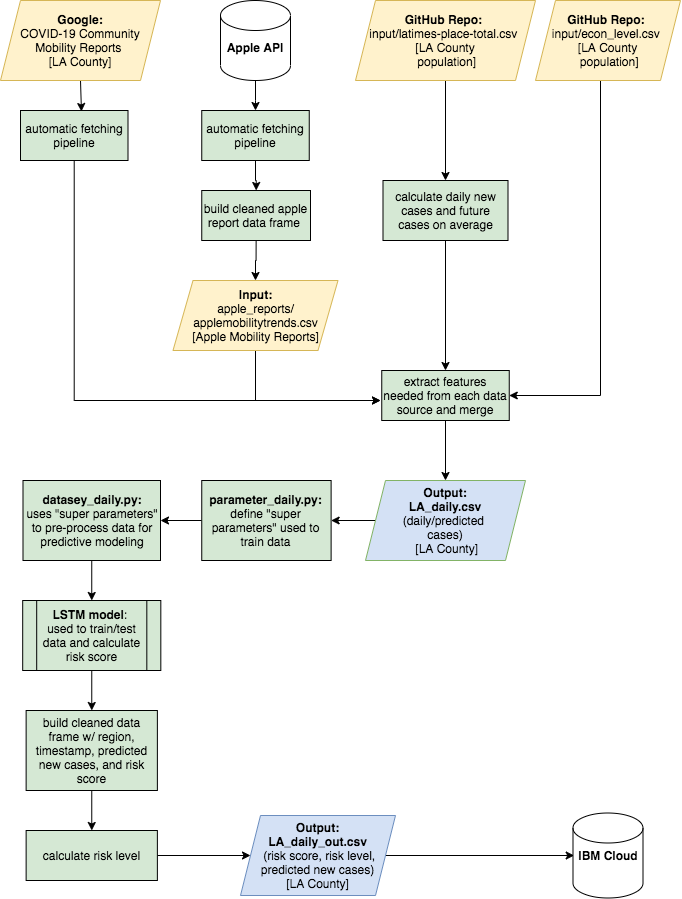
The draw.io diagram Risk-Score-UMich-Workflow.png in skasralikar/Risk-Score-1-UMichZJU, before a commit. Source tidied: cells renumbered, new cells last; positions are measured from the earlier drawing's top-left corner, leaving out a move shared by most shapes.
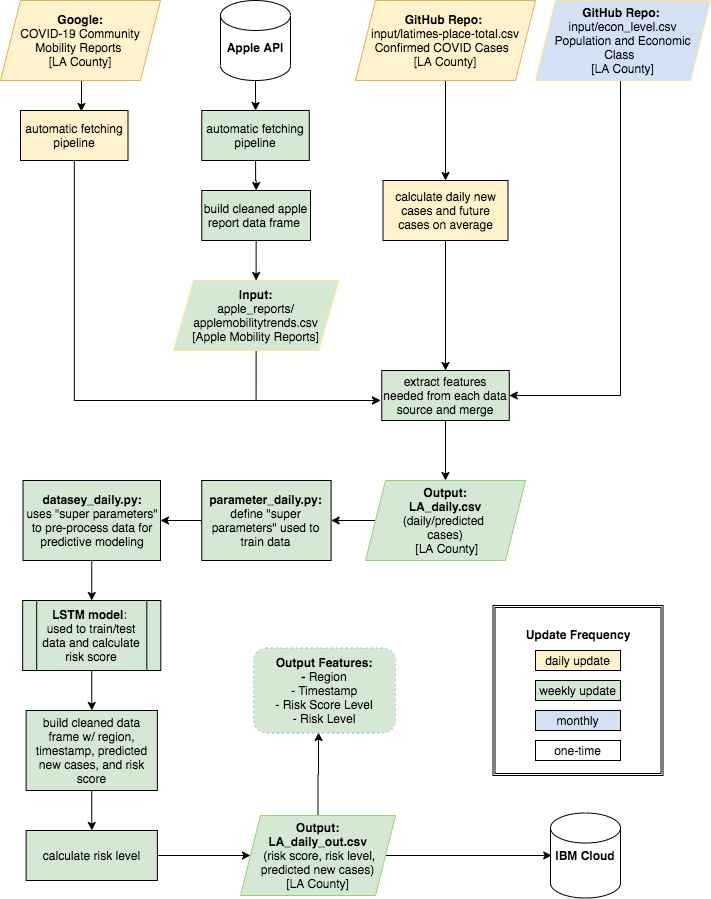
The same diagram one commit later.

Diff of the diagram source:
```diff
@@ -5,32 +5,35 @@
     <mxCell id="2" style="edgeStyle=orthogonalEdgeStyle;rounded=0;jettySize=auto;html=1;entryX=1;entryY=0.5;entryDx=0;entryDy=0;" parent="1" edge="1" source="3" target="18">
       <mxGeometry relative="1" as="geometry">
         <Array as="points">
-          <mxPoint x="600" y="395" />
+          <mxPoint x="620" y="395" />
         </Array>
       </mxGeometry>
     </mxCell>
-    <mxCell id="3" value="&lt;b&gt;GitHub Repo:&lt;/b&gt;&amp;nbsp;&lt;br&gt;input/econ_level.csv &lt;br&gt;[LA County&lt;br&gt;&amp;nbsp;population]" style="shape=parallelogram;perimeter=parallelogramPerimeter;whiteSpace=wrap;html=1;fixedSize=1;fillColor=#fff2cc;strokeColor=#d6b656;" parent="1" vertex="1">
-      <mxGeometry x="535" width="145" height="80" as="geometry" />
+    <mxCell id="3" value="&lt;b&gt;GitHub Repo:&lt;/b&gt;&amp;nbsp;&lt;br&gt;input/econ_level.csv&lt;br&gt;Population and Economic Class&amp;nbsp;&amp;nbsp;&lt;br&gt;[LA County]" style="shape=parallelogram;perimeter=parallelogramPerimeter;whiteSpace=wrap;html=1;fixedSize=1;fillColor=#D4E1F5;strokeColor=#FFE599;" parent="1" vertex="1">
+      <mxGeometry x="535" width="175" height="80" as="geometry" />
     </mxCell>
     <mxCell id="4" style="edgeStyle=orthogonalEdgeStyle;rounded=0;jettySize=auto;html=1;" parent="1" edge="1" source="5" target="30">
       <mxGeometry relative="1" as="geometry" />
     </mxCell>
-    <mxCell id="5" value="&lt;b&gt;Output:&lt;br&gt;&amp;nbsp;LA_daily.csv &lt;br&gt;&lt;/b&gt;(daily/predicted &lt;br&gt;cases)&lt;br&gt;&amp;nbsp;[LA County]" style="shape=parallelogram;perimeter=parallelogramPerimeter;whiteSpace=wrap;html=1;fixedSize=1;fillColor=#D4E1F5;strokeColor=#82b366;" parent="1" vertex="1">
+    <mxCell id="5" value="&lt;b&gt;Output:&lt;br&gt;&amp;nbsp;LA_daily.csv &lt;br&gt;&lt;/b&gt;(daily/predicted &lt;br&gt;cases)&lt;br&gt;&amp;nbsp;[LA County]" style="shape=parallelogram;perimeter=parallelogramPerimeter;whiteSpace=wrap;html=1;fixedSize=1;fillColor=#D5E8D4;strokeColor=#97D077;" parent="1" vertex="1">
       <mxGeometry x="365" y="480" width="160" height="80" as="geometry" />
     </mxCell>
     <mxCell id="6" style="edgeStyle=orthogonalEdgeStyle;rounded=0;jettySize=auto;html=1;exitX=1;exitY=0.5;exitDx=0;exitDy=0;entryX=0.017;entryY=0.5;entryDx=0;entryDy=0;entryPerimeter=0;" parent="1" edge="1" source="7" target="8">
       <mxGeometry relative="1" as="geometry" />
     </mxCell>
+    <mxCell id="37" style="edgeStyle=orthogonalEdgeStyle;rounded=0;jettySize=auto;html=1;exitX=0.5;exitY=0;exitDx=0;exitDy=0;entryX=0.458;entryY=0.994;entryDx=0;entryDy=0;entryPerimeter=0;" parent="1" edge="1" source="7" target="43">
+      <mxGeometry relative="1" as="geometry" />
+    </mxCell>
-    <mxCell id="7" value="&lt;b&gt;Output:&lt;br&gt;LA_daily_out.csv&lt;br&gt;&lt;/b&gt;&amp;nbsp;(risk score, risk level, predicted new cases)&lt;br&gt;[LA County]" style="shape=parallelogram;perimeter=parallelogramPerimeter;whiteSpace=wrap;html=1;fixedSize=1;fillColor=#D4E1F5;strokeColor=#6c8ebf;" parent="1" vertex="1">
+    <mxCell id="7" value="&lt;b&gt;Output:&lt;br&gt;LA_daily_out.csv&lt;br&gt;&lt;/b&gt;&amp;nbsp;(risk score, risk level, predicted new cases)&lt;br&gt;[LA County]" style="shape=parallelogram;perimeter=parallelogramPerimeter;whiteSpace=wrap;html=1;fixedSize=1;fillColor=#D5E8D4;strokeColor=#97D077;" parent="1" vertex="1">
       <mxGeometry x="240" y="815" width="155" height="80" as="geometry" />
     </mxCell>
     <mxCell id="8" value="&lt;b&gt;IBM Cloud&lt;/b&gt;" style="shape=cylinder2;whiteSpace=wrap;html=1;boundedLbl=1;backgroundOutline=1;size=15;fillColor=#FFFFFF;" parent="1" vertex="1">
-      <mxGeometry x="572.5" y="812.5" width="70" height="85" as="geometry" />
+      <mxGeometry x="550" y="812.5" width="70" height="85" as="geometry" />
     </mxCell>
     <mxCell id="9" style="edgeStyle=orthogonalEdgeStyle;rounded=0;jettySize=auto;html=1;exitX=0.5;exitY=1;exitDx=0;exitDy=0;" parent="1" edge="1" source="10" target="16">
       <mxGeometry relative="1" as="geometry" />
     </mxCell>
-    <mxCell id="10" value="&lt;b&gt;GitHub Repo: &lt;br&gt;&lt;/b&gt;input/latimes-place-total.csv &lt;br&gt;[LA County&lt;br&gt;&amp;nbsp;population]" style="shape=parallelogram;perimeter=parallelogramPerimeter;whiteSpace=wrap;html=1;fixedSize=1;fillColor=#fff2cc;strokeColor=#d6b656;" parent="1" vertex="1">
+    <mxCell id="10" value="&lt;b&gt;GitHub Repo: &lt;br&gt;&lt;/b&gt;input/latimes-place-total.csv&lt;br&gt;Confirmed COVID Cases&amp;nbsp;&amp;nbsp;&lt;br&gt;[LA County]" style="shape=parallelogram;perimeter=parallelogramPerimeter;whiteSpace=wrap;html=1;fixedSize=1;fillColor=#FFF2CC;strokeColor=#d6b656;" parent="1" vertex="1">
       <mxGeometry x="355" width="180" height="80" as="geometry" />
     </mxCell>
     <mxCell id="11" style="edgeStyle=orthogonalEdgeStyle;rounded=0;jettySize=auto;html=1;exitX=0.5;exitY=1;exitDx=0;exitDy=0;entryX=0.567;entryY=0.02;entryDx=0;entryDy=0;entryPerimeter=0;" parent="1" edge="1" source="12" target="22">
@@ -47,13 +50,13 @@
         </Array>
       </mxGeometry>
     </mxCell>
-    <mxCell id="14" value="&lt;b&gt;Input:&lt;br&gt;&lt;/b&gt;apple_reports/ applemobilitytrends.csv&lt;br&gt;[Apple Mobility Reports]" style="shape=parallelogram;perimeter=parallelogramPerimeter;whiteSpace=wrap;html=1;fixedSize=1;fillColor=#fff2cc;strokeColor=#d6b656;" parent="1" vertex="1">
-      <mxGeometry x="172.5" y="280" width="165" height="70" as="geometry" />
+    <mxCell id="14" value="&lt;b&gt;Input:&lt;br&gt;&lt;/b&gt;apple_reports/ applemobilitytrends.csv&lt;br&gt;[Apple Mobility Reports]" style="shape=parallelogram;perimeter=parallelogramPerimeter;whiteSpace=wrap;html=1;fixedSize=1;fillColor=#D5E8D4;strokeColor=#FFE599;" parent="1" vertex="1">
+      <mxGeometry x="173.1" y="280" width="165" height="70" as="geometry" />
     </mxCell>
     <mxCell id="15" style="edgeStyle=orthogonalEdgeStyle;rounded=0;jettySize=auto;html=1;exitX=0.5;exitY=1;exitDx=0;exitDy=0;entryX=0.5;entryY=0;entryDx=0;entryDy=0;" parent="1" edge="1" source="16" target="18">
       <mxGeometry relative="1" as="geometry" />
     </mxCell>
-    <mxCell id="16" value="calculate daily new cases and future cases on average" style="rounded=0;whiteSpace=wrap;html=1;fillColor=#D5E8D4;" parent="1" vertex="1">
+    <mxCell id="16" value="calculate daily new cases and future cases on average" style="rounded=0;whiteSpace=wrap;html=1;fillColor=#FFF2CC;" parent="1" vertex="1">
       <mxGeometry x="382.5" y="180" width="125" height="60" as="geometry" />
     </mxCell>
     <mxCell id="17" style="edgeStyle=orthogonalEdgeStyle;rounded=0;jettySize=auto;html=1;exitX=0.5;exitY=1;exitDx=0;exitDy=0;" parent="1" edge="1" source="18" target="5">
@@ -76,7 +79,7 @@
         </Array>
       </mxGeometry>
     </mxCell>
-    <mxCell id="22" value="automatic fetching pipeline" style="rounded=0;whiteSpace=wrap;html=1;fillColor=#D5E8D4;" parent="1" vertex="1">
+    <mxCell id="22" value="automatic fetching pipeline" style="rounded=0;whiteSpace=wrap;html=1;fillColor=#FFF2CC;" parent="1" vertex="1">
       <mxGeometry x="20" y="110" width="107.5" height="50" as="geometry" />
     </mxCell>
     <mxCell id="23" style="edgeStyle=orthogonalEdgeStyle;rounded=0;jettySize=auto;html=1;exitX=0.5;exitY=1;exitDx=0;exitDy=0;" parent="1" edge="1" source="24" target="14">
@@ -121,5 +124,23 @@
     <mxCell id="36" value="calculate risk level" style="rounded=0;whiteSpace=wrap;html=1;fillColor=#D5E8D4;" parent="1" vertex="1">
       <mxGeometry x="25.6" y="830" width="131.2" height="50" as="geometry" />
     </mxCell>
+    <mxCell id="38" value="&lt;b&gt;Update Frequency&lt;br&gt;&lt;/b&gt;&lt;br&gt;&lt;br&gt;&lt;br&gt;&lt;br&gt;&lt;br&gt;&lt;br&gt;&lt;br&gt;&lt;br&gt;" style="shape=ext;double=1;whiteSpace=wrap;html=1;" parent="1" vertex="1">
+      <mxGeometry x="492.5" y="605" width="170" height="170" as="geometry" />
+    </mxCell>
+    <mxCell id="39" value="daily update" style="rounded=0;whiteSpace=wrap;html=1;fillColor=#FFF2CC;" parent="1" vertex="1">
+      <mxGeometry x="535" y="650" width="85" height="20" as="geometry" />
+    </mxCell>
+    <mxCell id="40" value="weekly update" style="rounded=0;whiteSpace=wrap;html=1;fillColor=#D5E8D4;" parent="1" vertex="1">
+      <mxGeometry x="535" y="680" width="85" height="20" as="geometry" />
+    </mxCell>
+    <mxCell id="41" value="monthly" style="rounded=0;whiteSpace=wrap;html=1;fillColor=#D4E1F5;" parent="1" vertex="1">
+      <mxGeometry x="535" y="710" width="85" height="20" as="geometry" />
+    </mxCell>
+    <mxCell id="42" value="one-time" style="rounded=0;whiteSpace=wrap;html=1;" parent="1" vertex="1">
+      <mxGeometry x="535" y="740" width="85" height="20" as="geometry" />
+    </mxCell>
+    <mxCell id="43" value="&lt;b&gt;Output Features:&lt;br&gt;- &lt;/b&gt;Region&lt;br&gt;- Timestamp&lt;br&gt;- Risk Score Level&lt;br&gt;- Risk Level&lt;br&gt;" style="shape=ext;rounded=1;html=1;whiteSpace=wrap;dashed=1;dashPattern=1 4;strokeColor=#7EA6E0;fillColor=#D5E8D4;" parent="1" vertex="1">
+      <mxGeometry x="253" y="647.5" width="142" height="85" as="geometry" />
+    </mxCell>
   </root>
 </mxGraphModel>
```
